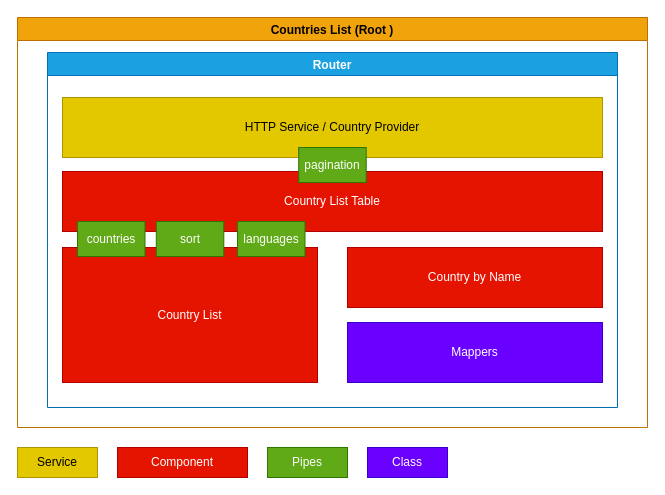
BrunoBarraza/Practice-3-Angular-Application keeps this draw.io diagram as Practice-3-Countries/diagram.drawio. Above is the earlier version. Source tidied: cells renumbered, new cells numbered last; positions are measured from the earlier drawing's top-left corner, leaving out a move shared by most shapes. Both pictures are drawn from the tidied source at 100%, with x=0, y=0 at pixel (17, 17).
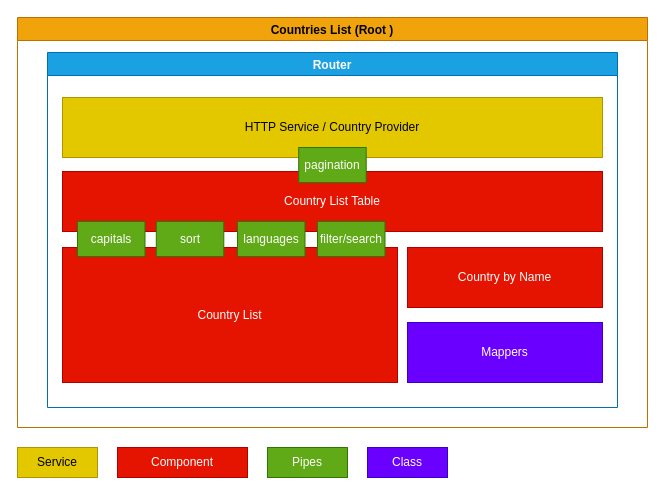
Above is the later version.

Diff of the diagram source:
```diff
@@
 <mxGraphModel>
   <root>
     <mxCell id="0" />
     <mxCell id="1" parent="0" />
     <mxCell id="2" value="Countries List (Root )" style="swimlane;fillColor=#f0a30a;fontColor=#000000;strokeColor=#BD7000;" parent="1" vertex="1">
       <mxGeometry width="630" height="410" as="geometry" />
     </mxCell>
     <mxCell id="3" value="Router" style="swimlane;fillColor=#1ba1e2;strokeColor=#006EAF;fontColor=#ffffff;" parent="2" vertex="1">
       <mxGeometry x="30" y="35" width="570" height="355" as="geometry" />
     </mxCell>
     <mxCell id="4" value="HTTP Service / Country Provider" style="rounded=0;whiteSpace=wrap;html=1;fillColor=#e3c800;fontColor=#000000;strokeColor=#B09500;" parent="3" vertex="1">
       <mxGeometry x="15" y="45" width="540" height="60" as="geometry" />
     </mxCell>
     <mxCell id="5" value="Country by Name" style="rounded=0;whiteSpace=wrap;html=1;fillColor=#e51400;fontColor=#ffffff;strokeColor=#B20000;" parent="3" vertex="1">
-      <mxGeometry x="300" y="195" width="255" height="60" as="geometry" />
+      <mxGeometry x="360" y="195" width="195" height="60" as="geometry" />
     </mxCell>
     <mxCell id="6" value="Country List" style="rounded=0;whiteSpace=wrap;html=1;fillColor=#e51400;fontColor=#ffffff;strokeColor=#B20000;" parent="3" vertex="1">
-      <mxGeometry x="15" y="195" width="255" height="135" as="geometry" />
+      <mxGeometry x="15" y="195" width="335" height="135" as="geometry" />
     </mxCell>
     <mxCell id="7" value="Country List Table" style="rounded=0;whiteSpace=wrap;html=1;fillColor=#e51400;fontColor=#ffffff;strokeColor=#B20000;" parent="3" vertex="1">
       <mxGeometry x="15" y="119" width="540" height="60" as="geometry" />
     </mxCell>
     <mxCell id="8" value="sort" style="rounded=0;whiteSpace=wrap;html=1;fillColor=#60a917;fontColor=#ffffff;strokeColor=#2D7600;" parent="3" vertex="1">
       <mxGeometry x="108.8" y="169" width="67.5" height="35" as="geometry" />
     </mxCell>
     <mxCell id="9" value="pagination" style="rounded=0;whiteSpace=wrap;html=1;fillColor=#60a917;fontColor=#ffffff;strokeColor=#2D7600;" parent="3" vertex="1">
       <mxGeometry x="251.2" y="95" width="67.5" height="35" as="geometry" />
     </mxCell>
-    <mxCell id="10" value="countries" style="rounded=0;whiteSpace=wrap;html=1;fillColor=#60a917;fontColor=#ffffff;strokeColor=#2D7600;" parent="3" vertex="1">
+    <mxCell id="10" value="capitals" style="rounded=0;whiteSpace=wrap;html=1;fillColor=#60a917;fontColor=#ffffff;strokeColor=#2D7600;" parent="3" vertex="1">
       <mxGeometry x="30" y="169" width="67.5" height="35" as="geometry" />
     </mxCell>
     <mxCell id="11" value="languages" style="rounded=0;whiteSpace=wrap;html=1;fillColor=#60a917;fontColor=#ffffff;strokeColor=#2D7600;" parent="3" vertex="1">
       <mxGeometry x="190" y="169" width="67.5" height="35" as="geometry" />
     </mxCell>
     <mxCell id="12" value="Mappers" style="rounded=0;whiteSpace=wrap;html=1;fillColor=#6a00ff;fontColor=#ffffff;strokeColor=#3700CC;" parent="3" vertex="1">
-      <mxGeometry x="300" y="270" width="255" height="60" as="geometry" />
+      <mxGeometry x="360" y="270" width="195" height="60" as="geometry" />
     </mxCell>
+    <mxCell id="17" value="filter/search" style="rounded=0;whiteSpace=wrap;html=1;fillColor=#60a917;fontColor=#ffffff;strokeColor=#2D7600;" parent="3" vertex="1">
+      <mxGeometry x="270" y="169" width="67.5" height="35" as="geometry" />
+    </mxCell>
     <mxCell id="13" value="Service" style="rounded=0;whiteSpace=wrap;html=1;fillColor=#e3c800;fontColor=#000000;strokeColor=#B09500;" parent="1" vertex="1">
       <mxGeometry y="430" width="80" height="30" as="geometry" />
     </mxCell>
     <mxCell id="14" value="Component" style="rounded=0;whiteSpace=wrap;html=1;fillColor=#e51400;fontColor=#ffffff;strokeColor=#B20000;" parent="1" vertex="1">
       <mxGeometry x="100" y="430" width="130" height="30" as="geometry" />
     </mxCell>
     <mxCell id="15" value="Pipes" style="rounded=0;whiteSpace=wrap;html=1;fillColor=#60a917;fontColor=#ffffff;strokeColor=#2D7600;" parent="1" vertex="1">
       <mxGeometry x="250" y="430" width="80" height="30" as="geometry" />
     </mxCell>
     <mxCell id="16" value="Class" style="rounded=0;whiteSpace=wrap;html=1;fillColor=#6a00ff;fontColor=#ffffff;strokeColor=#3700CC;" parent="1" vertex="1">
       <mxGeometry x="350" y="430" width="80" height="30" as="geometry" />
     </mxCell>
   </root>
 </mxGraphModel>
```
